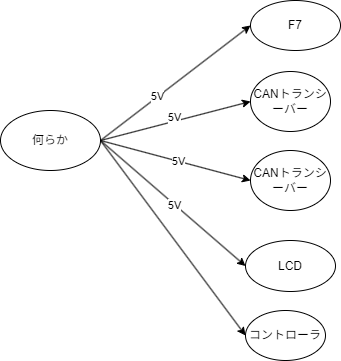
Earlier version of the draw.io export ControlerBoard_Power.drawio.png (ladledaemon/UFO_Catcher_drawio). Source tidied: cells renumbered, new cells last; positions are measured from the earlier drawing's top-left corner, leaving out a move shared by most shapes.
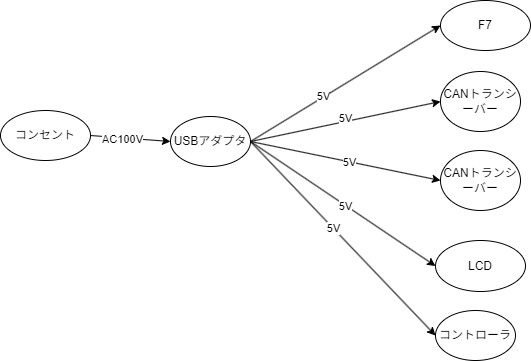
After the commit.

The edit, as a diff of the source:
```diff
@@ -14,38 +14,52 @@
     <mxCell id="5" value="CANトランシーバー" style="ellipse;whiteSpace=wrap;html=1;" parent="1" vertex="1">
       <mxGeometry x="250" y="150" width="80" height="60" as="geometry" />
     </mxCell>
-    <mxCell id="6" style="edgeStyle=none;html=1;exitX=1;exitY=0.5;exitDx=0;exitDy=0;entryX=0;entryY=0.5;entryDx=0;entryDy=0;" parent="1" edge="1" source="15" target="3">
+    <mxCell id="6" style="edgeStyle=none;html=1;exitX=1;exitY=0.5;exitDx=0;exitDy=0;entryX=0;entryY=0.5;entryDx=0;entryDy=0;" parent="1" edge="1" source="21" target="3">
       <mxGeometry relative="1" as="geometry" />
     </mxCell>
     <mxCell id="7" value="5V" style="edgeLabel;html=1;align=center;verticalAlign=middle;" parent="6" vertex="1">
       <mxGeometry x="-0.23" y="1" relative="1" as="geometry" />
     </mxCell>
-    <mxCell id="8" style="edgeStyle=none;html=1;exitX=1;exitY=0.5;exitDx=0;exitDy=0;entryX=0;entryY=0.5;entryDx=0;entryDy=0;" parent="1" edge="1" source="15" target="4">
+    <mxCell id="8" style="edgeStyle=none;html=1;exitX=1;exitY=0.5;exitDx=0;exitDy=0;entryX=0;entryY=0.5;entryDx=0;entryDy=0;" parent="1" edge="1" source="21" target="4">
       <mxGeometry relative="1" as="geometry" />
     </mxCell>
     <mxCell id="9" value="5V" style="edgeLabel;html=1;align=center;verticalAlign=middle;" parent="8" vertex="1">
       <mxGeometry x="-0.01" y="4" relative="1" as="geometry" />
     </mxCell>
-    <mxCell id="10" style="edgeStyle=none;html=1;exitX=1;exitY=0.5;exitDx=0;exitDy=0;entryX=0;entryY=0.5;entryDx=0;entryDy=0;" parent="1" edge="1" source="15" target="2">
+    <mxCell id="10" style="edgeStyle=none;html=1;exitX=1;exitY=0.5;exitDx=0;exitDy=0;entryX=0;entryY=0.5;entryDx=0;entryDy=0;" parent="1" edge="1" source="21" target="2">
       <mxGeometry relative="1" as="geometry" />
     </mxCell>
     <mxCell id="11" value="5V" style="edgeLabel;html=1;align=center;verticalAlign=middle;" parent="10" vertex="1">
       <mxGeometry x="0.02" y="-1" relative="1" as="geometry" />
     </mxCell>
-    <mxCell id="12" style="edgeStyle=none;html=1;exitX=1;exitY=0.5;exitDx=0;exitDy=0;entryX=0;entryY=0.5;entryDx=0;entryDy=0;" parent="1" edge="1" source="15" target="5">
+    <mxCell id="12" style="edgeStyle=none;html=1;exitX=1;exitY=0.5;exitDx=0;exitDy=0;entryX=0;entryY=0.5;entryDx=0;entryDy=0;" parent="1" edge="1" source="21" target="5">
       <mxGeometry relative="1" as="geometry" />
     </mxCell>
     <mxCell id="13" value="5V" style="edgeLabel;html=1;align=center;verticalAlign=middle;" parent="12" vertex="1">
       <mxGeometry x="0.04" relative="1" as="geometry" />
     </mxCell>
-    <mxCell id="14" style="edgeStyle=none;html=1;exitX=1;exitY=0.5;exitDx=0;exitDy=0;entryX=0;entryY=0.5;entryDx=0;entryDy=0;" parent="1" edge="1" source="15" target="16">
+    <mxCell id="14" style="edgeStyle=none;html=1;exitX=1;exitY=0.5;exitDx=0;exitDy=0;entryX=0;entryY=0.5;entryDx=0;entryDy=0;" parent="1" edge="1" source="21" target="16">
       <mxGeometry relative="1" as="geometry" />
     </mxCell>
-    <mxCell id="15" value="何らか" style="ellipse;whiteSpace=wrap;html=1;" parent="1" vertex="1">
-      <mxGeometry y="110" width="100" height="60" as="geometry" />
-    </mxCell>
+    <mxCell id="17" value="5V" style="edgeLabel;html=1;align=center;verticalAlign=middle;" parent="14" vertex="1">
+      <mxGeometry x="-0.11" y="-1" relative="1" as="geometry">
+        <mxPoint y="-1" as="offset" />
+      </mxGeometry>
+    </mxCell>
     <mxCell id="16" value="コントローラ" style="ellipse;whiteSpace=wrap;html=1;" parent="1" vertex="1">
       <mxGeometry x="245" y="310" width="80" height="50" as="geometry" />
     </mxCell>
+    <mxCell id="18" style="edgeStyle=none;html=1;exitX=1;exitY=0.5;exitDx=0;exitDy=0;entryX=0;entryY=0.5;entryDx=0;entryDy=0;" parent="1" edge="1" source="20" target="21">
+      <mxGeometry relative="1" as="geometry" />
+    </mxCell>
+    <mxCell id="19" value="AC100V" style="edgeLabel;html=1;align=center;verticalAlign=middle;" parent="18" vertex="1">
+      <mxGeometry x="-0.21" y="-1" relative="1" as="geometry" />
+    </mxCell>
+    <mxCell id="20" value="コンセント" style="ellipse;whiteSpace=wrap;html=1;" parent="1" vertex="1">
+      <mxGeometry x="-190" y="110" width="90" height="50" as="geometry" />
+    </mxCell>
+    <mxCell id="21" value="USBアダプタ" style="ellipse;whiteSpace=wrap;html=1;" parent="1" vertex="1">
+      <mxGeometry x="-20" y="116" width="80" height="50" as="geometry" />
+    </mxCell>
   </root>
 </mxGraphModel>
```
